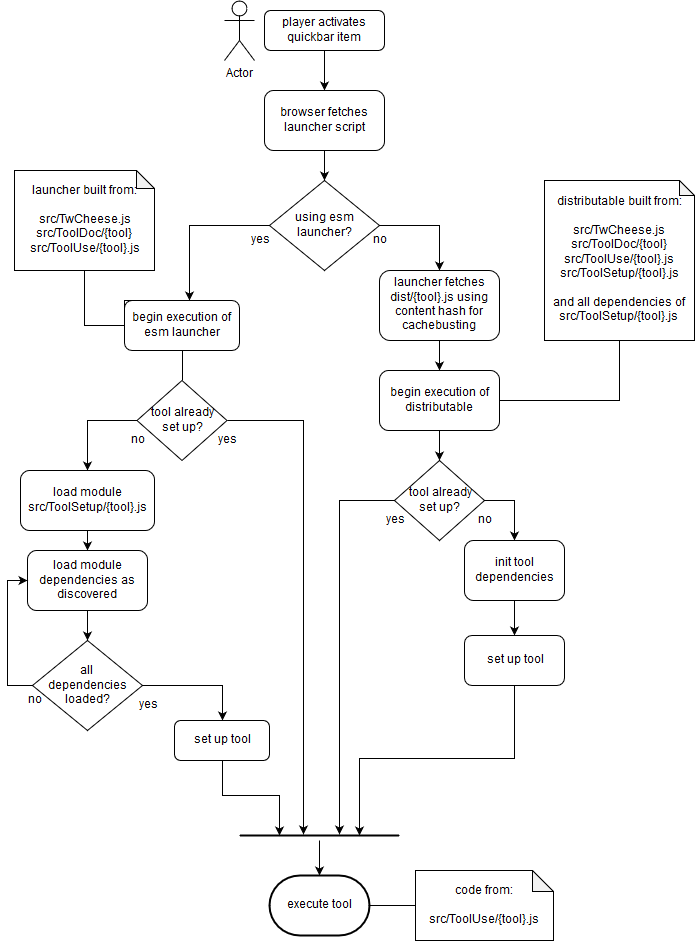
cheesasaurus/twcheese keeps this draw.io diagram as doc/developer/tool-execution.png. Above is the earlier version. Source tidied: cells renumbered, new cells last; positions are measured from the earlier drawing's top-left corner, leaving out a move shared by most shapes.
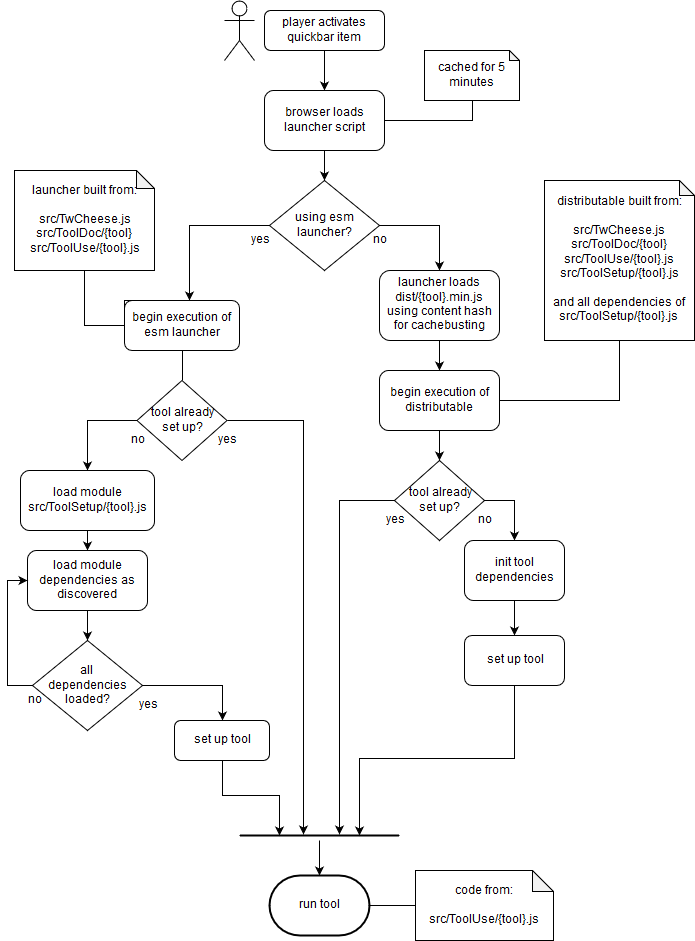
Later version of the same file.

Commit message:
update docu about tool execution

Diff of the diagram source:
```diff
@@ -2,7 +2,7 @@
   <root>
     <mxCell id="0" />
     <mxCell id="1" parent="0" />
-    <mxCell id="2" value="Actor" style="shape=umlActor;verticalLabelPosition=bottom;labelBackgroundColor=#ffffff;verticalAlign=top;html=1;" parent="1" vertex="1">
+    <mxCell id="2" style="shape=umlActor;verticalLabelPosition=bottom;labelBackgroundColor=#ffffff;verticalAlign=top;html=1;" parent="1" vertex="1">
       <mxGeometry x="210" width="30" height="60" as="geometry" />
     </mxCell>
     <mxCell id="3" style="edgeStyle=orthogonalEdgeStyle;rounded=0;jettySize=auto;html=1;entryX=0.5;entryY=0;entryDx=0;entryDy=0;" parent="1" edge="1" source="4" target="6">
@@ -14,7 +14,10 @@
     <mxCell id="5" style="edgeStyle=orthogonalEdgeStyle;rounded=0;jettySize=auto;html=1;exitX=0.5;exitY=1;exitDx=0;exitDy=0;" parent="1" edge="1" source="6" target="9">
       <mxGeometry relative="1" as="geometry" />
     </mxCell>
+    <mxCell id="53" style="edgeStyle=orthogonalEdgeStyle;rounded=0;jettySize=auto;html=1;entryX=0.5;entryY=1;entryDx=0;entryDy=0;entryPerimeter=0;endArrow=none;endFill=0;" parent="1" edge="1" source="6" target="54">
+      <mxGeometry relative="1" as="geometry" />
+    </mxCell>
-    <mxCell id="6" value="browser fetches launcher script" style="rounded=1;whiteSpace=wrap;html=1;" parent="1" vertex="1">
+    <mxCell id="6" value="browser loads launcher script" style="rounded=1;whiteSpace=wrap;html=1;" parent="1" vertex="1">
       <mxGeometry x="250" y="90" width="120" height="60" as="geometry" />
     </mxCell>
     <mxCell id="7" style="edgeStyle=orthogonalEdgeStyle;rounded=0;jettySize=auto;html=1;exitX=0;exitY=0.5;exitDx=0;exitDy=0;entryX=0.565;entryY=0;entryDx=0;entryDy=0;entryPerimeter=0;" parent="1" edge="1" source="9" target="11">
@@ -86,7 +89,7 @@
     <mxCell id="29" style="edgeStyle=orthogonalEdgeStyle;rounded=0;jettySize=auto;html=1;exitX=0.5;exitY=1;exitDx=0;exitDy=0;entryX=0.5;entryY=0;entryDx=0;entryDy=0;endArrow=classic;endFill=1;" parent="1" edge="1" source="30" target="32">
       <mxGeometry relative="1" as="geometry" />
     </mxCell>
-    <mxCell id="30" value="launcher fetches dist/{tool}.js using content hash for cachebusting" style="rounded=1;whiteSpace=wrap;html=1;" parent="1" vertex="1">
+    <mxCell id="30" value="launcher loads dist/{tool}.min.js using content hash for cachebusting" style="rounded=1;whiteSpace=wrap;html=1;" parent="1" vertex="1">
       <mxGeometry x="365" y="270" width="120" height="70" as="geometry" />
     </mxCell>
     <mxCell id="31" style="edgeStyle=orthogonalEdgeStyle;rounded=0;jettySize=auto;html=1;exitX=0.5;exitY=1;exitDx=0;exitDy=0;entryX=0.5;entryY=0;entryDx=0;entryDy=0;endArrow=classic;endFill=1;" parent="1" edge="1" source="32" target="35">
@@ -116,7 +119,7 @@
     <mxCell id="39" value="&lt;div&gt;distributable built from:&lt;/div&gt;&lt;div&gt;&lt;br&gt;&lt;/div&gt;&lt;div&gt;src/TwCheese.js&lt;/div&gt;&lt;div&gt;src/ToolDoc/{tool}&lt;/div&gt;&lt;div&gt;src/ToolUse/{tool}.js&lt;/div&gt;&lt;div&gt;src/ToolSetup/{tool}.js&lt;/div&gt;&lt;div&gt;&lt;br&gt;&lt;/div&gt;&lt;div&gt;and all dependencies of src/ToolSetup/{tool}.js&lt;br&gt;&lt;/div&gt;" style="shape=note;whiteSpace=wrap;html=1;backgroundOutline=1;darkOpacity=0.05;size=15;" parent="1" vertex="1">
       <mxGeometry x="530" y="180" width="150" height="160" as="geometry" />
     </mxCell>
-    <mxCell id="40" value="execute tool" style="strokeWidth=2;html=1;shape=mxgraph.flowchart.terminator;whiteSpace=wrap;" parent="1" vertex="1">
+    <mxCell id="40" value="run tool" style="strokeWidth=2;html=1;shape=mxgraph.flowchart.terminator;whiteSpace=wrap;" parent="1" vertex="1">
       <mxGeometry x="255" y="875" width="100" height="60" as="geometry" />
     </mxCell>
     <mxCell id="41" value="yes" style="text;html=1;strokeColor=none;fillColor=none;align=center;verticalAlign=middle;whiteSpace=wrap;rounded=0;" parent="1" vertex="1">
@@ -155,5 +158,8 @@
     <mxCell id="52" value="set up tool" style="rounded=1;whiteSpace=wrap;html=1;" parent="1" vertex="1">
       <mxGeometry x="160" y="720" width="95" height="40" as="geometry" />
     </mxCell>
+    <mxCell id="54" value="cached for 5 minutes" style="shape=note;whiteSpace=wrap;html=1;backgroundOutline=1;darkOpacity=0.05;size=10;" parent="1" vertex="1">
+      <mxGeometry x="410" y="50" width="95" height="50" as="geometry" />
+    </mxCell>
   </root>
 </mxGraphModel>
```
